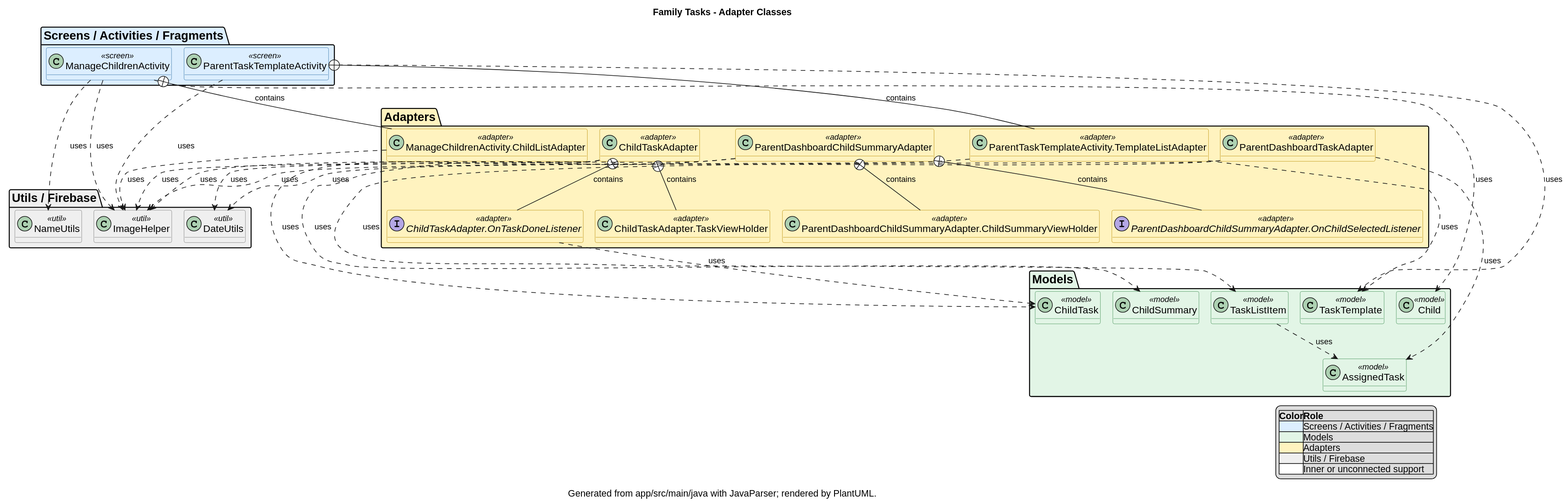
Before: docs/uml/images/family_tasks_adapters.svg, a diagram exported from PlantUML (Roeip2000/Family_Tasks_Proj). Its diagram source:
```plantuml
@startuml
!pragma layout smetana
skinparam dpi 240
skinparam shadowing false
skinparam linetype ortho
skinparam classAttributeIconSize 0
skinparam defaultFontName Arial
skinparam classFontSize 15
skinparam packageFontSize 18
skinparam ArrowFontSize 12
skinparam classBackgroundColor<<screen>> #DCEEFF
skinparam classBorderColor<<screen>> #2F6FA3
skinparam classBackgroundColor<<model>> #E2F5E6
skinparam classBorderColor<<model>> #3B8B4F
skinparam classBackgroundColor<<adapter>> #FFF3BF
skinparam classBorderColor<<adapter>> #B68A00
skinparam classBackgroundColor<<util>> #EFEFEF
skinparam classBorderColor<<util>> #777777
skinparam classBackgroundColor<<inner>> #FFFFFF
skinparam classBorderColor<<inner>> #666666
hide empty methods
title Family Tasks - Adapter Classes
caption Generated from app/src/main/java with JavaParser; rendered by PlantUML.

package "Screens / Activities / Fragments" #DCEEFF {
class "ManageChildrenActivity" as com_example_family_tasks_proj_Parents_Dashbord_and_mange_ManageChildrenActivity <<screen>>
class "ParentTaskTemplateActivity" as com_example_family_tasks_proj_Parents_Dashbord_and_mange_ParentTaskTemplateActivity <<screen>>
}

package "Models" #E2F5E6 {
class "AssignedTask" as com_example_family_tasks_proj_Parents_Dashbord_and_mange_model_AssignedTask <<model>>
class "Child" as com_example_family_tasks_proj_child_model_Child <<model>>
class "ChildSummary" as com_example_family_tasks_proj_Parents_Dashbord_and_mange_model_ChildSummary <<model>>
class "ChildTask" as com_example_family_tasks_proj_child_model_ChildTask <<model>>
class "TaskListItem" as com_example_family_tasks_proj_Parents_Dashbord_and_mange_model_TaskListItem <<model>>
class "TaskTemplate" as com_example_family_tasks_proj_Parents_Dashbord_and_mange_model_TaskTemplate <<model>>
}

package "Adapters" #FFF3BF {
class "ManageChildrenActivity.ChildListAdapter" as com_example_family_tasks_proj_Parents_Dashbord_and_mange_ManageChildrenActivity_ChildListAdapter <<adapter>>
class "ParentDashboardChildSummaryAdapter.ChildSummaryViewHolder" as com_example_family_tasks_proj_Parents_Dashbord_and_mange_ParentDashboardChildSummaryAdapter_ChildSummaryViewHolder <<adapter>>
class "ChildTaskAdapter" as com_example_family_tasks_proj_child_ChildTaskAdapter <<adapter>>
interface "ParentDashboardChildSummaryAdapter.OnChildSelectedListener" as com_example_family_tasks_proj_Parents_Dashbord_and_mange_ParentDashboardChildSummaryAdapter_OnChildSelectedListener <<adapter>>
interface "ChildTaskAdapter.OnTaskDoneListener" as com_example_family_tasks_proj_child_ChildTaskAdapter_OnTaskDoneListener <<adapter>>
class "ParentDashboardChildSummaryAdapter" as com_example_family_tasks_proj_Parents_Dashbord_and_mange_ParentDashboardChildSummaryAdapter <<adapter>>
class "ParentDashboardTaskAdapter" as com_example_family_tasks_proj_Parents_Dashbord_and_mange_ParentDashboardTaskAdapter <<adapter>>
class "ChildTaskAdapter.TaskViewHolder" as com_example_family_tasks_proj_child_ChildTaskAdapter_TaskViewHolder <<adapter>>
class "ParentTaskTemplateActivity.TemplateListAdapter" as com_example_family_tasks_proj_Parents_Dashbord_and_mange_ParentTaskTemplateActivity_TemplateListAdapter <<adapter>>
}

package "Utils / Firebase" #EFEFEF {
class "DateUtils" as com_example_family_tasks_proj_util_DateUtils <<util>>
class "ImageHelper" as com_example_family_tasks_proj_util_ImageHelper <<util>>
class "NameUtils" as com_example_family_tasks_proj_util_NameUtils <<util>>
}

com_example_family_tasks_proj_child_ChildTaskAdapter ..> com_example_family_tasks_proj_child_model_ChildTask : uses
com_example_family_tasks_proj_child_ChildTaskAdapter ..> com_example_family_tasks_proj_util_DateUtils : uses
com_example_family_tasks_proj_child_ChildTaskAdapter ..> com_example_family_tasks_proj_util_ImageHelper : uses
com_example_family_tasks_proj_child_ChildTaskAdapter +-- com_example_family_tasks_proj_child_ChildTaskAdapter_OnTaskDoneListener : contains
com_example_family_tasks_proj_child_ChildTaskAdapter_OnTaskDoneListener ..> com_example_family_tasks_proj_child_model_ChildTask : uses
com_example_family_tasks_proj_child_ChildTaskAdapter +-- com_example_family_tasks_proj_child_ChildTaskAdapter_TaskViewHolder : contains
com_example_family_tasks_proj_Parents_Dashbord_and_mange_ManageChildrenActivity ..> com_example_family_tasks_proj_child_model_Child : uses
com_example_family_tasks_proj_Parents_Dashbord_and_mange_ManageChildrenActivity ..> com_example_family_tasks_proj_util_ImageHelper : uses
com_example_family_tasks_proj_Parents_Dashbord_and_mange_ManageChildrenActivity ..> com_example_family_tasks_proj_util_NameUtils : uses
com_example_family_tasks_proj_Parents_Dashbord_and_mange_ManageChildrenActivity +-- com_example_family_tasks_proj_Parents_Dashbord_and_mange_ManageChildrenActivity_ChildListAdapter : contains
com_example_family_tasks_proj_Parents_Dashbord_and_mange_ManageChildrenActivity_ChildListAdapter ..> com_example_family_tasks_proj_util_ImageHelper : uses
com_example_family_tasks_proj_Parents_Dashbord_and_mange_model_TaskListItem ..> com_example_family_tasks_proj_Parents_Dashbord_and_mange_model_AssignedTask : uses
com_example_family_tasks_proj_Parents_Dashbord_and_mange_ParentDashboardChildSummaryAdapter ..> com_example_family_tasks_proj_Parents_Dashbord_and_mange_model_ChildSummary : uses
com_example_family_tasks_proj_Parents_Dashbord_and_mange_ParentDashboardChildSummaryAdapter ..> com_example_family_tasks_proj_util_ImageHelper : uses
com_example_family_tasks_proj_Parents_Dashbord_and_mange_ParentDashboardChildSummaryAdapter +-- com_example_family_tasks_proj_Parents_Dashbord_and_mange_ParentDashboardChildSummaryAdapter_OnChildSelectedListener : contains
com_example_family_tasks_proj_Parents_Dashbord_and_mange_ParentDashboardChildSummaryAdapter +-- com_example_family_tasks_proj_Parents_Dashbord_and_mange_ParentDashboardChildSummaryAdapter_ChildSummaryViewHolder : contains
com_example_family_tasks_proj_Parents_Dashbord_and_mange_ParentDashboardTaskAdapter ..> com_example_family_tasks_proj_Parents_Dashbord_and_mange_model_TaskListItem : uses
com_example_family_tasks_proj_Parents_Dashbord_and_mange_ParentDashboardTaskAdapter ..> com_example_family_tasks_proj_Parents_Dashbord_and_mange_model_AssignedTask : uses
com_example_family_tasks_proj_Parents_Dashbord_and_mange_ParentDashboardTaskAdapter ..> com_example_family_tasks_proj_util_DateUtils : uses
com_example_family_tasks_proj_Parents_Dashbord_and_mange_ParentTaskTemplateActivity ..> com_example_family_tasks_proj_Parents_Dashbord_and_mange_model_TaskTemplate : uses
com_example_family_tasks_proj_Parents_Dashbord_and_mange_ParentTaskTemplateActivity ..> com_example_family_tasks_proj_util_ImageHelper : uses
com_example_family_tasks_proj_Parents_Dashbord_and_mange_ParentTaskTemplateActivity +-- com_example_family_tasks_proj_Parents_Dashbord_and_mange_ParentTaskTemplateActivity_TemplateListAdapter : contains
com_example_family_tasks_proj_Parents_Dashbord_and_mange_ParentTaskTemplateActivity_TemplateListAdapter ..> com_example_family_tasks_proj_Parents_Dashbord_and_mange_model_TaskTemplate : uses
com_example_family_tasks_proj_Parents_Dashbord_and_mange_ParentTaskTemplateActivity_TemplateListAdapter ..> com_example_family_tasks_proj_util_ImageHelper : uses

legend right
|=Color|=Role|
|<#DCEEFF>|Screens / Activities / Fragments|
|<#E2F5E6>|Models|
|<#FFF3BF>|Adapters|
|<#EFEFEF>|Utils / Firebase|
|<#FFFFFF>|Inner or unconnected support|
endlegend
@enduml
```
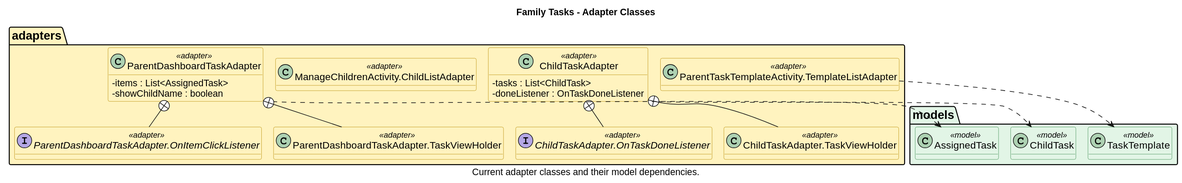
Later version of the same file.

Diff of the diagram source:
```diff
@@ -8,83 +8,42 @@
 skinparam classFontSize 15
 skinparam packageFontSize 18
 skinparam ArrowFontSize 12
-skinparam classBackgroundColor<<screen>> #DCEEFF
-skinparam classBorderColor<<screen>> #2F6FA3
+skinparam classBackgroundColor<<adapter>> #FFF3BF
+skinparam classBorderColor<<adapter>> #B68A00
 skinparam classBackgroundColor<<model>> #E2F5E6
 skinparam classBorderColor<<model>> #3B8B4F
-skinparam classBackgroundColor<<adapter>> #FFF3BF
-skinparam classBorderColor<<adapter>> #B68A00
-skinparam classBackgroundColor<<util>> #EFEFEF
-skinparam classBorderColor<<util>> #777777
-skinparam classBackgroundColor<<inner>> #FFFFFF
-skinparam classBorderColor<<inner>> #666666
 hide empty methods
 title Family Tasks - Adapter Classes
-caption Generated from app/src/main/java with JavaParser; rendered by PlantUML.
+caption Current adapter classes and their model dependencies.
 
-package "Screens / Activities / Fragments" #DCEEFF {
-class "ManageChildrenActivity" as com_example_family_tasks_proj_Parents_Dashbord_and_mange_ManageChildrenActivity <<screen>>
-class "ParentTaskTemplateActivity" as com_example_family_tasks_proj_Parents_Dashbord_and_mange_ParentTaskTemplateActivity <<screen>>
+package "adapters" #FFF3BF {
+class ChildTaskAdapter <<adapter>> {
+  - tasks : List<ChildTask>
+  - doneListener : OnTaskDoneListener
+}
+interface "ChildTaskAdapter.OnTaskDoneListener" as OnTaskDoneListener <<adapter>>
+class "ChildTaskAdapter.TaskViewHolder" as ChildTaskViewHolder <<adapter>>
+class ParentDashboardTaskAdapter <<adapter>> {
+  - items : List<AssignedTask>
+  - showChildName : boolean
+}
+interface "ParentDashboardTaskAdapter.OnItemClickListener" as OnItemClickListener <<adapter>>
+class "ParentDashboardTaskAdapter.TaskViewHolder" as ParentTaskViewHolder <<adapter>>
+class "ManageChildrenActivity.ChildListAdapter" as ChildListAdapter <<adapter>>
+class "ParentTaskTemplateActivity.TemplateListAdapter" as TemplateListAdapter <<adapter>>
 }
 
-package "Models" #E2F5E6 {
-class "AssignedTask" as com_example_family_tasks_proj_Parents_Dashbord_and_mange_model_AssignedTask <<model>>
-class "Child" as com_example_family_tasks_proj_child_model_Child <<model>>
-class "ChildSummary" as com_example_family_tasks_proj_Parents_Dashbord_and_mange_model_ChildSummary <<model>>
-class "ChildTask" as com_example_family_tasks_proj_child_model_ChildTask <<model>>
-class "TaskListItem" as com_example_family_tasks_proj_Parents_Dashbord_and_mange_model_TaskListItem <<model>>
-class "TaskTemplate" as com_example_family_tasks_proj_Parents_Dashbord_and_mange_model_TaskTemplate <<model>>
+package "models" #E2F5E6 {
+class ChildTask <<model>>
+class AssignedTask <<model>>
+class TaskTemplate <<model>>
 }
 
-package "Adapters" #FFF3BF {
-class "ManageChildrenActivity.ChildListAdapter" as com_example_family_tasks_proj_Parents_Dashbord_and_mange_ManageChildrenActivity_ChildListAdapter <<adapter>>
-class "ParentDashboardChildSummaryAdapter.ChildSummaryViewHolder" as com_example_family_tasks_proj_Parents_Dashbord_and_mange_ParentDashboardChildSummaryAdapter_ChildSummaryViewHolder <<adapter>>
-class "ChildTaskAdapter" as com_example_family_tasks_proj_child_ChildTaskAdapter <<adapter>>
-interface "ParentDashboardChildSummaryAdapter.OnChildSelectedListener" as com_example_family_tasks_proj_Parents_Dashbord_and_mange_ParentDashboardChildSummaryAdapter_OnChildSelectedListener <<adapter>>
-interface "ChildTaskAdapter.OnTaskDoneListener" as com_example_family_tasks_proj_child_ChildTaskAdapter_OnTaskDoneListener <<adapter>>
-class "ParentDashboardChildSummaryAdapter" as com_example_family_tasks_proj_Parents_Dashbord_and_mange_ParentDashboardChildSummaryAdapter <<adapter>>
-class "ParentDashboardTaskAdapter" as com_example_family_tasks_proj_Parents_Dashbord_and_mange_ParentDashboardTaskAdapter <<adapter>>
-class "ChildTaskAdapter.TaskViewHolder" as com_example_family_tasks_proj_child_ChildTaskAdapter_TaskViewHolder <<adapter>>
-class "ParentTaskTemplateActivity.TemplateListAdapter" as com_example_family_tasks_proj_Parents_Dashbord_and_mange_ParentTaskTemplateActivity_TemplateListAdapter <<adapter>>
-}
-
-package "Utils / Firebase" #EFEFEF {
-class "DateUtils" as com_example_family_tasks_proj_util_DateUtils <<util>>
-class "ImageHelper" as com_example_family_tasks_proj_util_ImageHelper <<util>>
-class "NameUtils" as com_example_family_tasks_proj_util_NameUtils <<util>>
-}
-
-com_example_family_tasks_proj_child_ChildTaskAdapter ..> com_example_family_tasks_proj_child_model_ChildTask : uses
-com_example_family_tasks_proj_child_ChildTaskAdapter ..> com_example_family_tasks_proj_util_DateUtils : uses
-com_example_family_tasks_proj_child_ChildTaskAdapter ..> com_example_family_tasks_proj_util_ImageHelper : uses
-com_example_family_tasks_proj_child_ChildTaskAdapter +-- com_example_family_tasks_proj_child_ChildTaskAdapter_OnTaskDoneListener : contains
-com_example_family_tasks_proj_child_ChildTaskAdapter_OnTaskDoneListener ..> com_example_family_tasks_proj_child_model_ChildTask : uses
-com_example_family_tasks_proj_child_ChildTaskAdapter +-- com_example_family_tasks_proj_child_ChildTaskAdapter_TaskViewHolder : contains
-com_example_family_tasks_proj_Parents_Dashbord_and_mange_ManageChildrenActivity ..> com_example_family_tasks_proj_child_model_Child : uses
-com_example_family_tasks_proj_Parents_Dashbord_and_mange_ManageChildrenActivity ..> com_example_family_tasks_proj_util_ImageHelper : uses
-com_example_family_tasks_proj_Parents_Dashbord_and_mange_ManageChildrenActivity ..> com_example_family_tasks_proj_util_NameUtils : uses
-com_example_family_tasks_proj_Parents_Dashbord_and_mange_ManageChildrenActivity +-- com_example_family_tasks_proj_Parents_Dashbord_and_mange_ManageChildrenActivity_ChildListAdapter : contains
-com_example_family_tasks_proj_Parents_Dashbord_and_mange_ManageChildrenActivity_ChildListAdapter ..> com_example_family_tasks_proj_util_ImageHelper : uses
-com_example_family_tasks_proj_Parents_Dashbord_and_mange_model_TaskListItem ..> com_example_family_tasks_proj_Parents_Dashbord_and_mange_model_AssignedTask : uses
-com_example_family_tasks_proj_Parents_Dashbord_and_mange_ParentDashboardChildSummaryAdapter ..> com_example_family_tasks_proj_Parents_Dashbord_and_mange_model_ChildSummary : uses
-com_example_family_tasks_proj_Parents_Dashbord_and_mange_ParentDashboardChildSummaryAdapter ..> com_example_family_tasks_proj_util_ImageHelper : uses
-com_example_family_tasks_proj_Parents_Dashbord_and_mange_ParentDashboardChildSummaryAdapter +-- com_example_family_tasks_proj_Parents_Dashbord_and_mange_ParentDashboardChildSummaryAdapter_OnChildSelectedListener : contains
-com_example_family_tasks_proj_Parents_Dashbord_and_mange_ParentDashboardChildSummaryAdapter +-- com_example_family_tasks_proj_Parents_Dashbord_and_mange_ParentDashboardChildSummaryAdapter_ChildSummaryViewHolder : contains
-com_example_family_tasks_proj_Parents_Dashbord_and_mange_ParentDashboardTaskAdapter ..> com_example_family_tasks_proj_Parents_Dashbord_and_mange_model_TaskListItem : uses
-com_example_family_tasks_proj_Parents_Dashbord_and_mange_ParentDashboardTaskAdapter ..> com_example_family_tasks_proj_Parents_Dashbord_and_mange_model_AssignedTask : uses
-com_example_family_tasks_proj_Parents_Dashbord_and_mange_ParentDashboardTaskAdapter ..> com_example_family_tasks_proj_util_DateUtils : uses
-com_example_family_tasks_proj_Parents_Dashbord_and_mange_ParentTaskTemplateActivity ..> com_example_family_tasks_proj_Parents_Dashbord_and_mange_model_TaskTemplate : uses
-com_example_family_tasks_proj_Parents_Dashbord_and_mange_ParentTaskTemplateActivity ..> com_example_family_tasks_proj_util_ImageHelper : uses
-com_example_family_tasks_proj_Parents_Dashbord_and_mange_ParentTaskTemplateActivity +-- com_example_family_tasks_proj_Parents_Dashbord_and_mange_ParentTaskTemplateActivity_TemplateListAdapter : contains
-com_example_family_tasks_proj_Parents_Dashbord_and_mange_ParentTaskTemplateActivity_TemplateListAdapter ..> com_example_family_tasks_proj_Parents_Dashbord_and_mange_model_TaskTemplate : uses
-com_example_family_tasks_proj_Parents_Dashbord_and_mange_ParentTaskTemplateActivity_TemplateListAdapter ..> com_example_family_tasks_proj_util_ImageHelper : uses
-
-legend right
-|=Color|=Role|
-|<#DCEEFF>|Screens / Activities / Fragments|
-|<#E2F5E6>|Models|
-|<#FFF3BF>|Adapters|
-|<#EFEFEF>|Utils / Firebase|
-|<#FFFFFF>|Inner or unconnected support|
-endlegend
+ChildTaskAdapter ..> ChildTask
+ChildTaskAdapter +-- OnTaskDoneListener
+ChildTaskAdapter +-- ChildTaskViewHolder
+ParentDashboardTaskAdapter ..> AssignedTask
+ParentDashboardTaskAdapter +-- OnItemClickListener
+ParentDashboardTaskAdapter +-- ParentTaskViewHolder
+TemplateListAdapter ..> TaskTemplate
 @enduml
```
